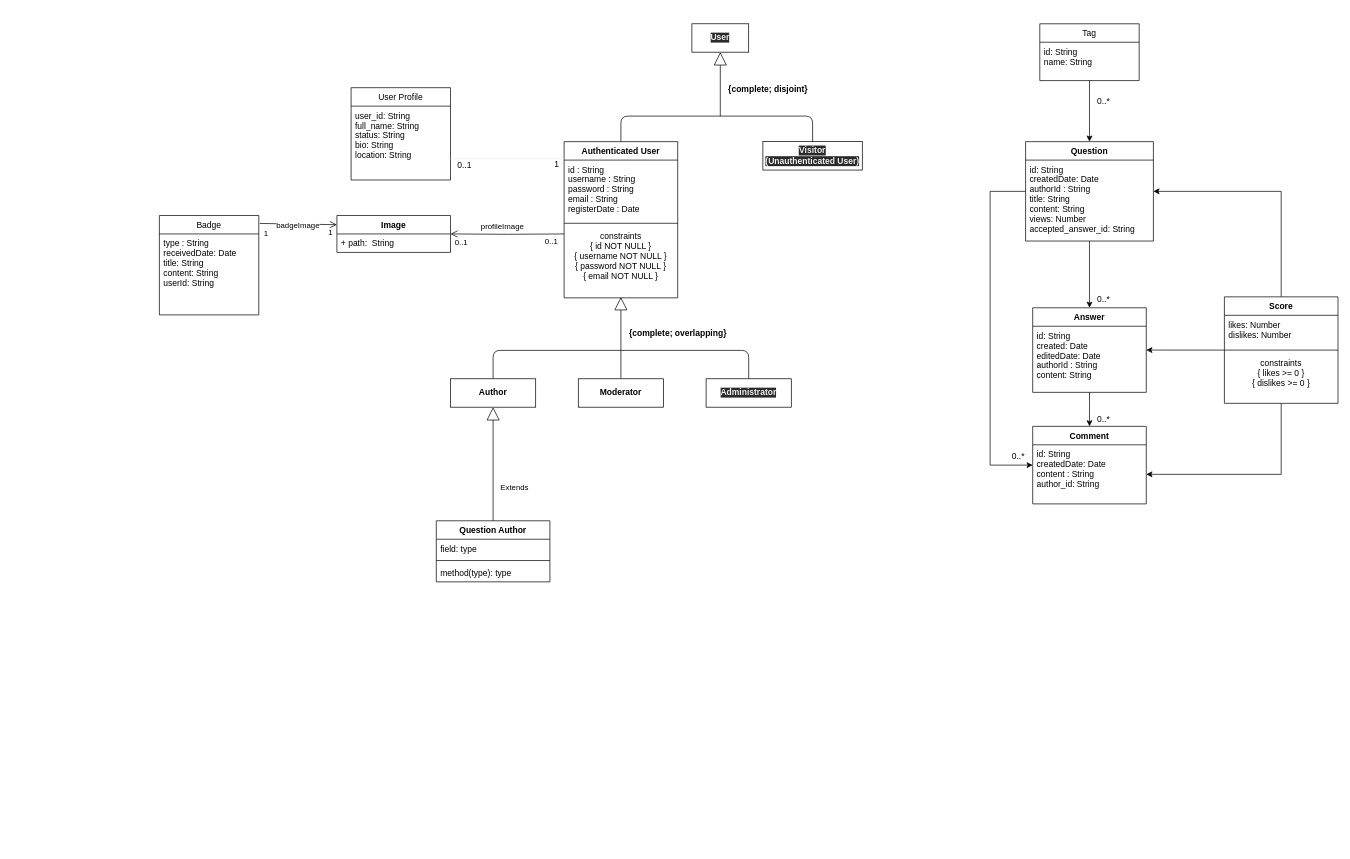
Earlier version of the draw.io diagram datamodel/datamodel.drawio (FabioMiguel2000/iNeedHelp). Source tidied: cells renumbered, new cells numbered last; positions are measured from the earlier drawing's top-left corner, leaving out a move shared by most shapes. Both pictures are drawn from the tidied source at 71%, with x=0, y=0 at pixel (159, 23).
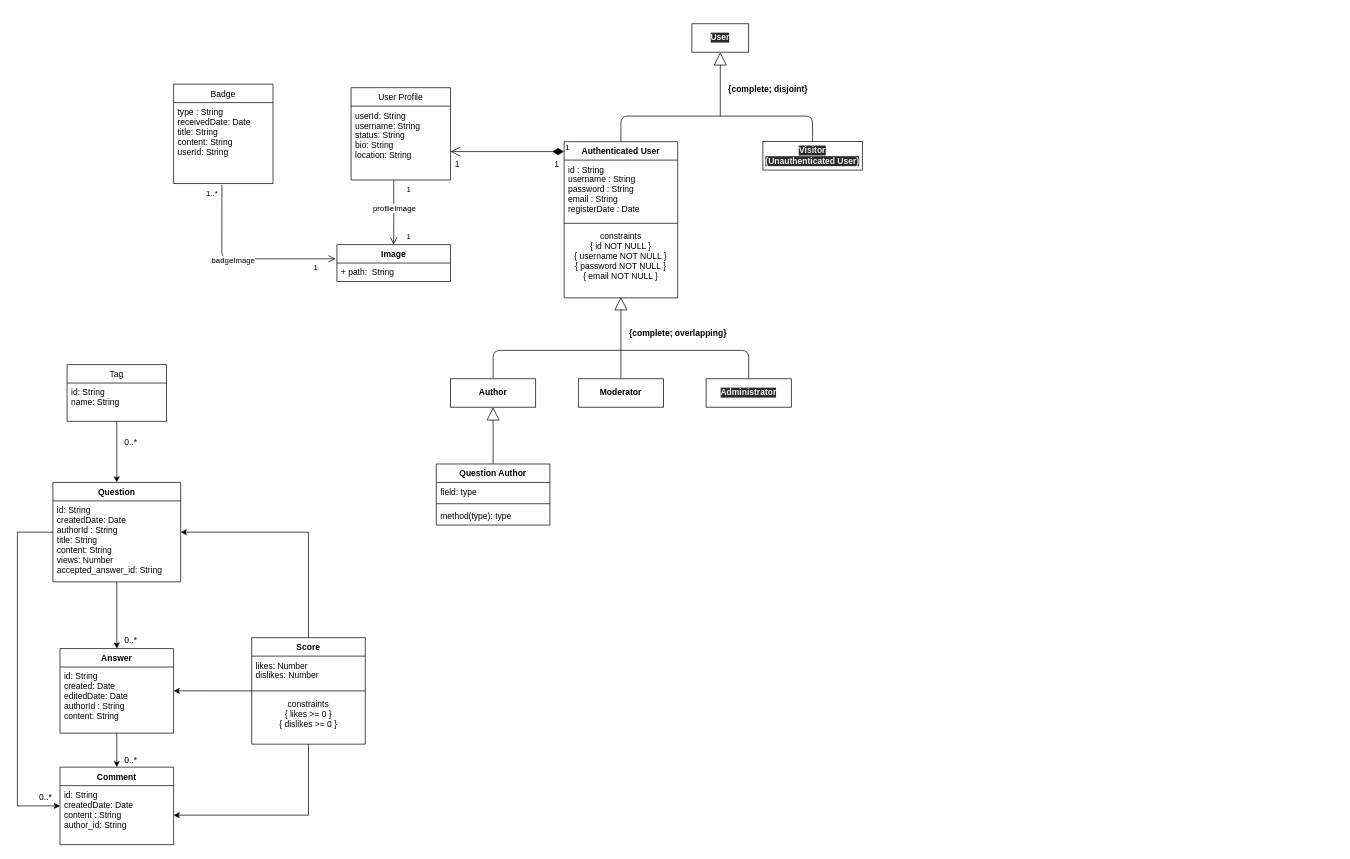
The same page after the edit.

Commit message (it also covers changes not shown here):
Changed user association

Unchanged cells that the change refers to:
```xml
<mxCell id="12" value="User Profile" style="swimlane;fontStyle=0;horizontal=1;startSize=26;" parent="1" vertex="1">
  <mxGeometry x="270" y="90" width="140" height="130" as="geometry" />
</mxCell>
<mxCell id="15" value="type : String&#10;receivedDate: Date&#10;title: String&#10;content: String&#10;userId: String&#10;" style="text;strokeColor=none;fillColor=none;align=left;verticalAlign=top;spacingLeft=4;spacingRight=4;overflow=hidden;points=[[0,0.5],[1,0.5]];portConstraint=eastwest;" parent="14" vertex="1">
  <mxGeometry y="26" width="140" height="114" as="geometry" />
</mxCell>
<mxCell id="32" value="1" style="text;html=1;strokeColor=none;fillColor=none;align=center;verticalAlign=middle;whiteSpace=wrap;rounded=0;" parent="1" vertex="1">
  <mxGeometry x="550" y="190" width="20" height="15" as="geometry" />
</mxCell>
<mxCell id="35" value="&lt;b&gt;Author&lt;/b&gt;" style="whiteSpace=wrap;html=1;" parent="1" vertex="1">
  <mxGeometry x="410" y="500" width="120" height="40" as="geometry" />
</mxCell>
<mxCell id="49" value="id: String&#10;createdDate: Date&#10;content : String&#10;author_id: String" style="text;strokeColor=none;fillColor=none;align=left;verticalAlign=top;spacingLeft=4;spacingRight=4;overflow=hidden;points=[[0,0.5],[1,0.5]];portConstraint=eastwest;" parent="48" vertex="1">
  <mxGeometry y="26" width="160" height="83.2" as="geometry" />
</mxCell>
```

The edit, as a diff of the source:
```diff
@@
     <mxCell id="6" value="Image" style="swimlane;fontStyle=1;align=center;verticalAlign=top;horizontal=1;startSize=26;" parent="1" vertex="1">
-      <mxGeometry x="250" y="270" width="160" height="52" as="geometry" />
+      <mxGeometry x="250" y="311" width="160" height="52" as="geometry" />
     </mxCell>
@@
     <mxCell id="8" value="Question Author" style="swimlane;fontStyle=1;align=center;verticalAlign=top;horizontal=1;startSize=26;" parent="1" vertex="1">
-      <mxGeometry x="390" y="700" width="160" height="86" as="geometry" />
+      <mxGeometry x="390" y="620" width="160" height="86" as="geometry" />
     </mxCell>
@@
-    <mxCell id="13" value="user_id: String&#10;full_name: String&#10;status: String&#10;bio: String&#10;location: String" style="text;strokeColor=none;fillColor=none;align=left;verticalAlign=top;spacingLeft=4;spacingRight=4;overflow=hidden;points=[[0,0.5],[1,0.5]];portConstraint=eastwest;" parent="12" vertex="1">
+    <mxCell id="13" value="userId: String&#10;username: String&#10;status: String&#10;bio: String&#10;location: String" style="text;strokeColor=none;fillColor=none;align=left;verticalAlign=top;spacingLeft=4;spacingRight=4;overflow=hidden;points=[[0,0.5],[1,0.5]];portConstraint=eastwest;" parent="12" vertex="1">
       <mxGeometry y="26" width="140" height="104" as="geometry" />
     </mxCell>
     <mxCell id="14" value="Badge" style="swimlane;fontStyle=0;horizontal=1;startSize=26;" parent="1" vertex="1">
-      <mxGeometry y="270" width="140" height="140" as="geometry" />
+      <mxGeometry x="20" y="85" width="140" height="140" as="geometry" />
     </mxCell>
@@
-    <mxCell id="18" value="Extends" style="endArrow=block;endSize=16;endFill=0;html=1;exitX=0.5;exitY=0;exitDx=0;exitDy=0;entryX=0.5;entryY=1;entryDx=0;entryDy=0;" parent="1" edge="1" source="8" target="35">
+    <mxCell id="18" style="endArrow=block;endSize=16;endFill=0;html=1;exitX=0.5;exitY=0;exitDx=0;exitDy=0;entryX=0.5;entryY=1;entryDx=0;entryDy=0;" parent="1" edge="1" source="8" target="35">
       <mxGeometry x="-0.4" y="-30" relative="1" as="geometry">
         <mxPoint y="1" as="offset" />
       </mxGeometry>
     </mxCell>
@@
-    <mxCell id="22" style="endArrow=open;startArrow=none;endFill=0;startFill=0;endSize=8;html=1;verticalAlign=bottom;labelBackgroundColor=none;strokeWidth=1;entryX=1;entryY=0.5;entryDx=0;entryDy=0;edgeStyle=orthogonalEdgeStyle;rounded=1;" parent="1" edge="1" target="6">
-      <mxGeometry relative="1" as="geometry">
-        <mxPoint x="570" y="296" as="sourcePoint" />
-      </mxGeometry>
+    <mxCell id="22" style="endArrow=open;startArrow=none;endFill=0;startFill=0;endSize=8;html=1;verticalAlign=bottom;labelBackgroundColor=none;strokeWidth=1;entryX=0.5;entryY=0;entryDx=0;entryDy=0;edgeStyle=orthogonalEdgeStyle;rounded=1;exitX=0.429;exitY=1;exitDx=0;exitDy=0;exitPerimeter=0;" parent="1" edge="1" source="13" target="6">
+      <mxGeometry relative="1" as="geometry" />
     </mxCell>
     <mxCell id="23" value="profileImage" style="edgeLabel;html=1;align=center;verticalAlign=middle;" parent="22" vertex="1">
       <mxGeometry x="-0.15" relative="1" as="geometry">
-        <mxPoint x="-20" y="-12" as="offset" />
+        <mxPoint y="1" as="offset" />
       </mxGeometry>
     </mxCell>
-    <mxCell id="24" value="0..1" style="edgeLabel;html=1;align=center;verticalAlign=middle;" parent="22" vertex="1">
+    <mxCell id="24" value="1" style="edgeLabel;html=1;align=center;verticalAlign=middle;" parent="22" vertex="1">
       <mxGeometry x="0.75" y="-2" relative="1" as="geometry">
-        <mxPoint x="-6" y="13" as="offset" />
+        <mxPoint x="22" as="offset" />
       </mxGeometry>
     </mxCell>
-    <mxCell id="25" value="0..1" style="edgeLabel;html=1;align=center;verticalAlign=middle;" parent="22" vertex="1">
+    <mxCell id="25" value="1" style="edgeLabel;html=1;align=center;verticalAlign=middle;" parent="22" vertex="1">
       <mxGeometry x="-0.94" relative="1" as="geometry">
-        <mxPoint x="-14" y="10" as="offset" />
+        <mxPoint x="20" y="10" as="offset" />
       </mxGeometry>
     </mxCell>
-    <mxCell id="26" style="endArrow=open;startArrow=none;endFill=0;startFill=0;endSize=8;html=1;verticalAlign=bottom;labelBackgroundColor=none;strokeWidth=1;entryX=0;entryY=0.25;entryDx=0;entryDy=0;exitX=1.009;exitY=0.08;exitDx=0;exitDy=0;exitPerimeter=0;" parent="1" edge="1" source="14" target="6">
-      <mxGeometry relative="1" as="geometry" />
+    <mxCell id="26" style="endArrow=open;startArrow=none;endFill=0;startFill=0;endSize=8;html=1;verticalAlign=bottom;labelBackgroundColor=none;strokeWidth=1;entryX=-0.012;entryY=0.385;entryDx=0;entryDy=0;exitX=0.486;exitY=1.018;exitDx=0;exitDy=0;exitPerimeter=0;entryPerimeter=0;" parent="1" edge="1" source="15" target="6">
+      <mxGeometry relative="1" as="geometry">
+        <Array as="points">
+          <mxPoint x="88" y="290" />
+          <mxPoint x="88" y="331" />
+        </Array>
+      </mxGeometry>
     </mxCell>
@@
-    <mxCell id="29" value="1" style="edgeLabel;html=1;align=center;verticalAlign=middle;" parent="26" vertex="1">
-      <mxGeometry x="-0.94" relative="1" as="geometry">
-        <mxPoint x="5" y="13" as="offset" />
-      </mxGeometry>
-    </mxCell>
     <mxCell id="30" value="0..*" style="text;html=1;strokeColor=none;fillColor=none;align=center;verticalAlign=middle;whiteSpace=wrap;rounded=0;" parent="1" vertex="1">
-      <mxGeometry x="1190" y="600" width="40" height="20" as="geometry" />
+      <mxGeometry x="-180" y="1080" width="40" height="20" as="geometry" />
     </mxCell>
     <mxCell id="31" value="0..*" style="text;html=1;strokeColor=none;fillColor=none;align=center;verticalAlign=middle;whiteSpace=wrap;rounded=0;" parent="1" vertex="1">
-      <mxGeometry x="1310" y="100" width="40" height="20" as="geometry" />
+      <mxGeometry x="-60" y="580" width="40" height="20" as="geometry" />
     </mxCell>
@@
-    <mxCell id="33" value="0..1" style="text;html=1;strokeColor=none;fillColor=none;align=center;verticalAlign=middle;whiteSpace=wrap;rounded=0;" parent="1" vertex="1">
-      <mxGeometry x="410" y="190" width="40" height="20" as="geometry" />
+    <mxCell id="33" value="1" style="text;html=1;strokeColor=none;fillColor=none;align=center;verticalAlign=middle;whiteSpace=wrap;rounded=0;" parent="1" vertex="1">
+      <mxGeometry x="400" y="187.5" width="40" height="20" as="geometry" />
     </mxCell>
-    <mxCell id="34" style="endArrow=none;html=1;strokeColor=#f0f0f0;exitX=0;exitY=0;exitDx=0;exitDy=0;entryX=1;entryY=0;entryDx=0;entryDy=0;startSize=6;" parent="1" edge="1" source="33" target="32">
-      <mxGeometry relative="1" as="geometry" />
-    </mxCell>
@@
     <mxCell id="40" value="Tag" style="swimlane;fontStyle=0;horizontal=1;startSize=26;" parent="1" vertex="1">
-      <mxGeometry x="1240" width="140" height="80" as="geometry" />
+      <mxGeometry x="-130" y="480" width="140" height="80" as="geometry" />
     </mxCell>
@@
     <mxCell id="43" value="Question" style="swimlane;fontStyle=1;align=center;verticalAlign=top;horizontal=1;startSize=26;" parent="1" vertex="1">
-      <mxGeometry x="1220" y="166" width="180" height="140" as="geometry" />
+      <mxGeometry x="-150" y="646" width="180" height="140" as="geometry" />
     </mxCell>
@@
     <mxCell id="45" style="edgeStyle=orthogonalEdgeStyle;rounded=0;jettySize=auto;html=1;startArrow=classic;startFill=1;endArrow=none;endFill=0;exitX=0;exitY=0.5;exitDx=0;exitDy=0;entryX=0;entryY=0.5;entryDx=0;entryDy=0;" parent="1" edge="1" source="48" target="43">
       <mxGeometry relative="1" as="geometry">
         <Array as="points">
-          <mxPoint x="1170" y="622" />
-          <mxPoint x="1170" y="236" />
+          <mxPoint x="-200" y="1102" />
+          <mxPoint x="-200" y="716" />
         </Array>
       </mxGeometry>
     </mxCell>
     <mxCell id="46" style="edgeStyle=orthogonalEdgeStyle;rounded=0;jettySize=auto;html=1;entryX=1;entryY=0.5;entryDx=0;entryDy=0;exitX=0.5;exitY=0;exitDx=0;exitDy=0;" parent="1" edge="1" source="54" target="43">
       <mxGeometry relative="1" as="geometry">
         <Array as="points">
-          <mxPoint x="1580" y="236" />
+          <mxPoint x="210" y="716" />
         </Array>
       </mxGeometry>
     </mxCell>
@@
     <mxCell id="48" value="Comment" style="swimlane;fontStyle=1;align=center;verticalAlign=top;horizontal=1;startSize=26;" parent="1" vertex="1">
-      <mxGeometry x="1230" y="567" width="160" height="109.2" as="geometry" />
+      <mxGeometry x="-140" y="1047" width="160" height="109.2" as="geometry" />
     </mxCell>
@@
     <mxCell id="50" value="Answer" style="swimlane;fontStyle=1;align=center;verticalAlign=top;horizontal=1;startSize=26;" parent="1" vertex="1">
-      <mxGeometry x="1230" y="400" width="160" height="119.1" as="geometry" />
+      <mxGeometry x="-140" y="880" width="160" height="119.1" as="geometry" />
     </mxCell>
@@
     <mxCell id="52" style="edgeStyle=orthogonalEdgeStyle;rounded=0;jettySize=auto;html=1;startArrow=classic;startFill=1;endArrow=none;endFill=0;exitX=0.5;exitY=0;exitDx=0;exitDy=0;entryX=0.5;entryY=1;entryDx=0;entryDy=0;" parent="1" edge="1" source="48" target="50">
-      <mxGeometry x="680" y="440" as="geometry">
+      <mxGeometry x="-690" y="920" as="geometry">
         <Array as="points">
-          <mxPoint x="1310" y="540" />
-          <mxPoint x="1310" y="540" />
+          <mxPoint x="-60" y="1020" />
+          <mxPoint x="-60" y="1020" />
         </Array>
       </mxGeometry>
     </mxCell>
     <mxCell id="53" style="edgeStyle=orthogonalEdgeStyle;rounded=0;jettySize=auto;html=1;exitX=0;exitY=0.5;exitDx=0;exitDy=0;entryX=1;entryY=0.5;entryDx=0;entryDy=0;" parent="1" edge="1" source="54" target="50">
-      <mxGeometry x="680" y="440" as="geometry" />
+      <mxGeometry x="-690" y="920" as="geometry" />
     </mxCell>
     <mxCell id="54" value="Score" style="swimlane;fontStyle=1;align=center;verticalAlign=top;horizontal=1;startSize=26;" parent="1" vertex="1">
-      <mxGeometry x="1500" y="384.6" width="160" height="150" as="geometry" />
+      <mxGeometry x="130" y="864.6" width="160" height="150" as="geometry" />
     </mxCell>
@@
     <mxCell id="58" style="edgeStyle=orthogonalEdgeStyle;rounded=0;jettySize=auto;html=1;entryX=1;entryY=0.5;entryDx=0;entryDy=0;exitX=0.5;exitY=1;exitDx=0;exitDy=0;" parent="1" edge="1" source="54" target="49">
-      <mxGeometry x="680" y="440" as="geometry">
+      <mxGeometry x="-690" y="920" as="geometry">
         <Array as="points">
-          <mxPoint x="1580" y="635" />
+          <mxPoint x="210" y="1115" />
         </Array>
       </mxGeometry>
     </mxCell>
     <mxCell id="59" value="0..*" style="text;html=1;strokeColor=none;fillColor=none;align=center;verticalAlign=middle;whiteSpace=wrap;rounded=0;" parent="1" vertex="1">
-      <mxGeometry x="1310" y="377.7" width="40" height="19.8" as="geometry" />
+      <mxGeometry x="-60" y="857.7" width="40" height="19.8" as="geometry" />
     </mxCell>
     <mxCell id="60" value="0..*" style="text;html=1;strokeColor=none;fillColor=none;align=center;verticalAlign=middle;whiteSpace=wrap;rounded=0;" parent="1" vertex="1">
-      <mxGeometry x="1310" y="547.2" width="40" height="19.8" as="geometry" />
+      <mxGeometry x="-60" y="1027.2" width="40" height="19.8" as="geometry" />
     </mxCell>
+    <mxCell id="29" value="1" style="endArrow=open;html=1;endSize=12;startArrow=diamondThin;startSize=14;startFill=1;edgeStyle=orthogonalEdgeStyle;align=left;verticalAlign=bottom;" parent="1" edge="1">
+      <mxGeometry x="-1" y="3" relative="1" as="geometry">
+        <mxPoint x="570" y="180" as="sourcePoint" />
+        <mxPoint x="410" y="180" as="targetPoint" />
+        <Array as="points">
+          <mxPoint x="570" y="180" />
+          <mxPoint x="410" y="180" />
+        </Array>
+      </mxGeometry>
+    </mxCell>
+    <mxCell id="61" value="1..*" style="edgeLabel;html=1;align=center;verticalAlign=middle;" parent="1" vertex="1">
+      <mxGeometry x="235.1" y="311" as="geometry">
+        <mxPoint x="-162" y="-73" as="offset" />
+      </mxGeometry>
+    </mxCell>
```
